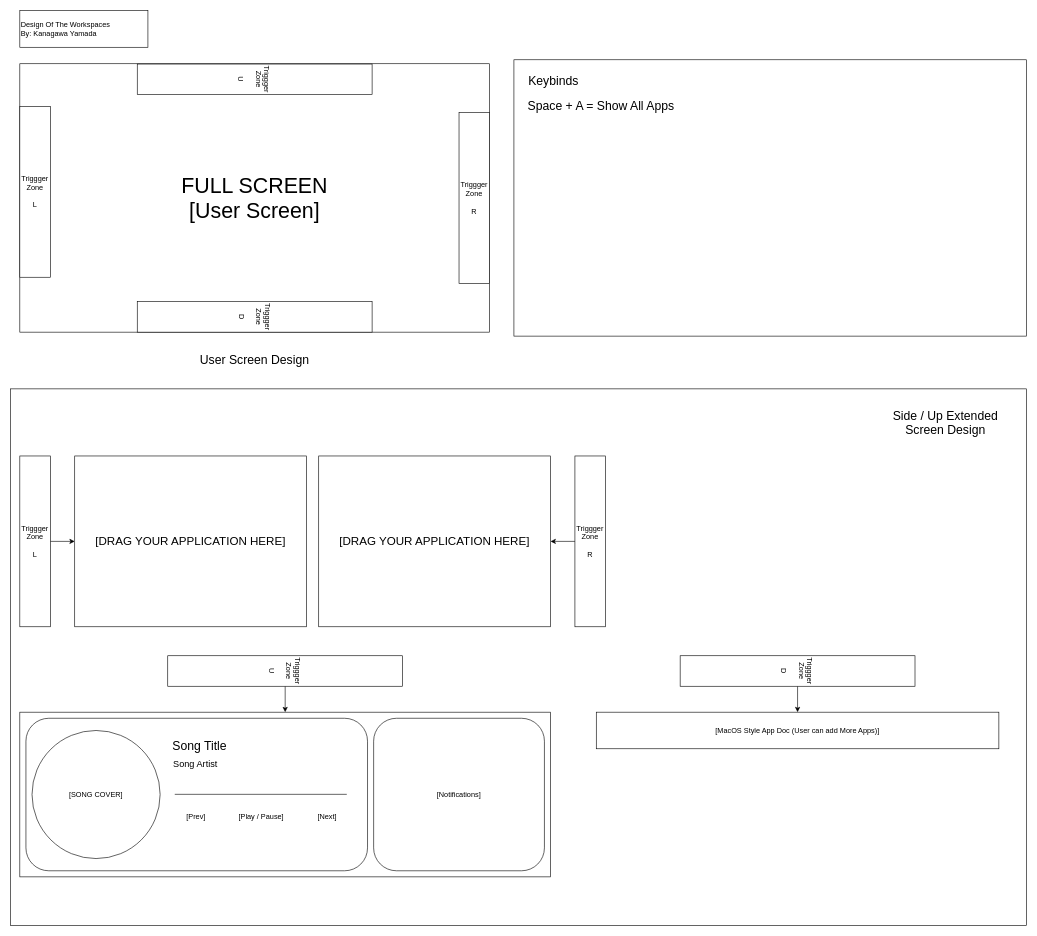
Earlier version of the draw.io diagram Designs/Design of The Workspaces.drawio (LoggingNewMemory/The-Workspaces). Source tidied: cells renumbered, new cells numbered last; positions are measured from the earlier drawing's top-left corner, leaving out a move shared by most shapes. Both pictures are drawn from the tidied source at 61%, with x=0, y=0 at pixel (10, -38).
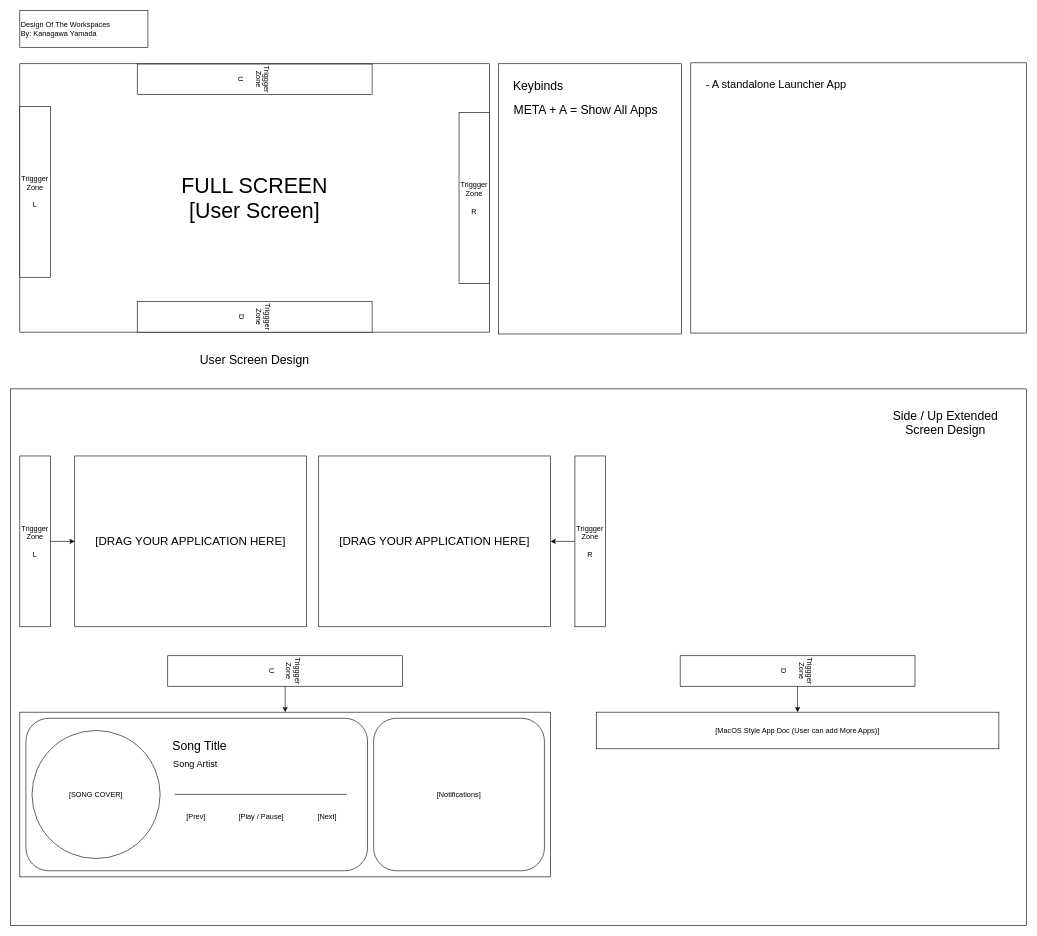
Above is the later version.

The edit, as a diff of the source:
```diff
@@
     <mxCell id="31" style="rounded=0;whiteSpace=wrap;html=1;" parent="1" vertex="1">
-      <mxGeometry x="825" y="160.5" width="840" height="453" as="geometry" />
+      <mxGeometry x="800" y="167" width="300" height="443" as="geometry" />
     </mxCell>
@@
     <mxCell id="33" value="&lt;font style=&quot;font-size: 20px;&quot;&gt;Keybinds&lt;/font&gt;" style="text;html=1;whiteSpace=wrap;strokeColor=none;fillColor=none;align=center;verticalAlign=middle;rounded=0;" parent="1" vertex="1">
-      <mxGeometry x="835" y="180" width="110" height="30" as="geometry" />
+      <mxGeometry x="810" y="186.5" width="110" height="30" as="geometry" />
     </mxCell>
-    <mxCell id="34" value="&lt;font style=&quot;font-size: 20px;&quot;&gt;Space + A = Show All Apps&lt;/font&gt;" style="text;html=1;whiteSpace=wrap;strokeColor=none;fillColor=none;align=center;verticalAlign=middle;rounded=0;" parent="1" vertex="1">
-      <mxGeometry x="843" y="220" width="250" height="30" as="geometry" />
+    <mxCell id="34" value="&lt;font style=&quot;font-size: 20px;&quot;&gt;META + A = Show All Apps&lt;/font&gt;" style="text;html=1;whiteSpace=wrap;strokeColor=none;fillColor=none;align=center;verticalAlign=middle;rounded=0;" parent="1" vertex="1">
+      <mxGeometry x="818" y="226.5" width="250" height="30" as="geometry" />
     </mxCell>
+    <mxCell id="35" style="rounded=0;whiteSpace=wrap;html=1;" parent="1" vertex="1">
+      <mxGeometry x="1115" y="165.5" width="550" height="443" as="geometry" />
+    </mxCell>
+    <mxCell id="36" value="&lt;font style=&quot;font-size: 18px;&quot;&gt;- A standalone Launcher App&lt;/font&gt;" style="text;html=1;whiteSpace=wrap;strokeColor=none;fillColor=none;align=center;verticalAlign=middle;rounded=0;" parent="1" vertex="1">
+      <mxGeometry x="1125" y="178" width="260" height="47" as="geometry" />
+    </mxCell>
```
